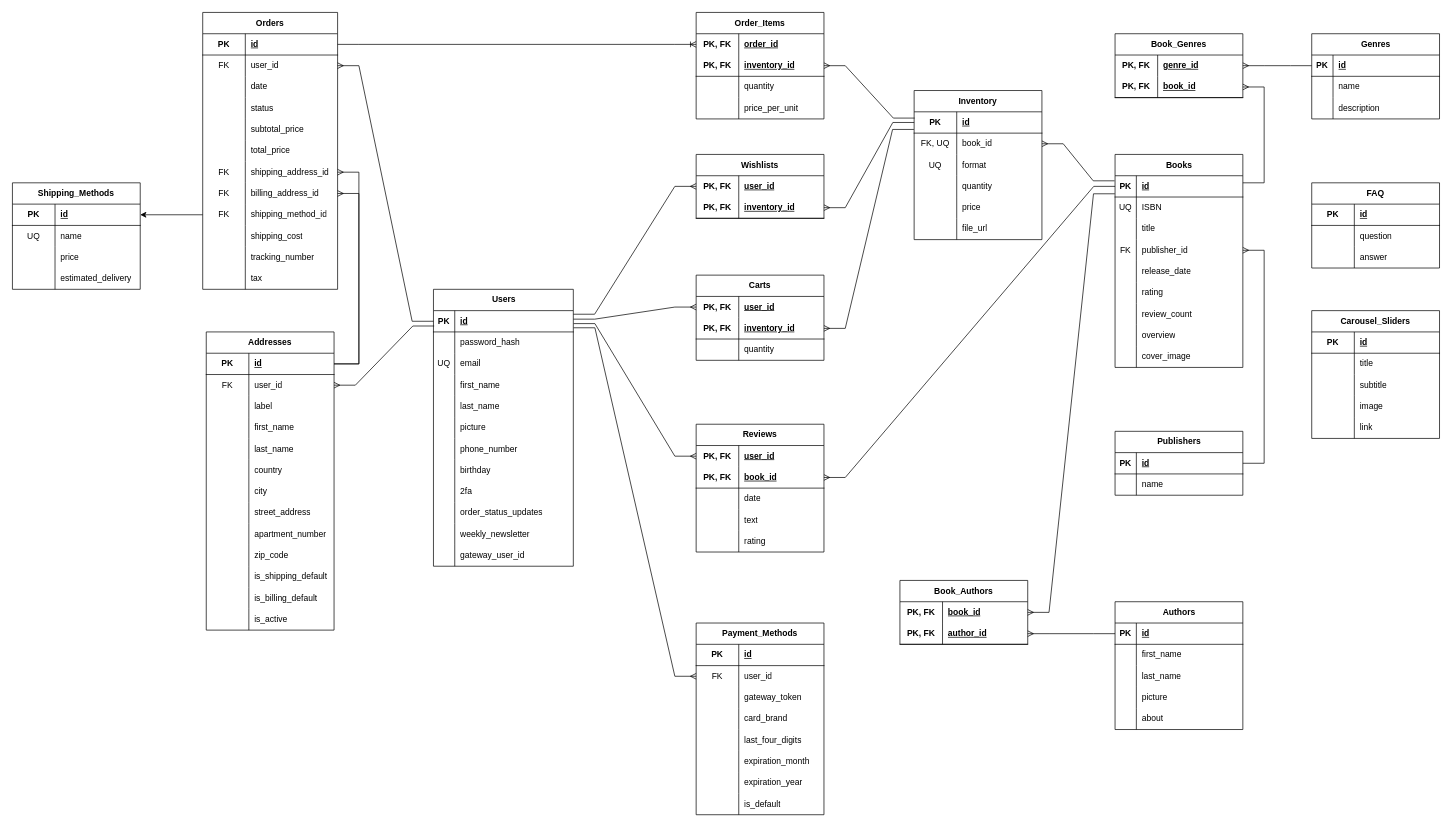
This is ERD.drawio from ShayTam/Bookstore, a draw.io file, before an edit. Source tidied: cells renumbered, new cells numbered last; positions are measured from the earlier drawing's top-left corner, leaving out a move shared by most shapes. Both pictures are drawn from the tidied source at 71%, with x=0, y=0 at pixel (12, 12).
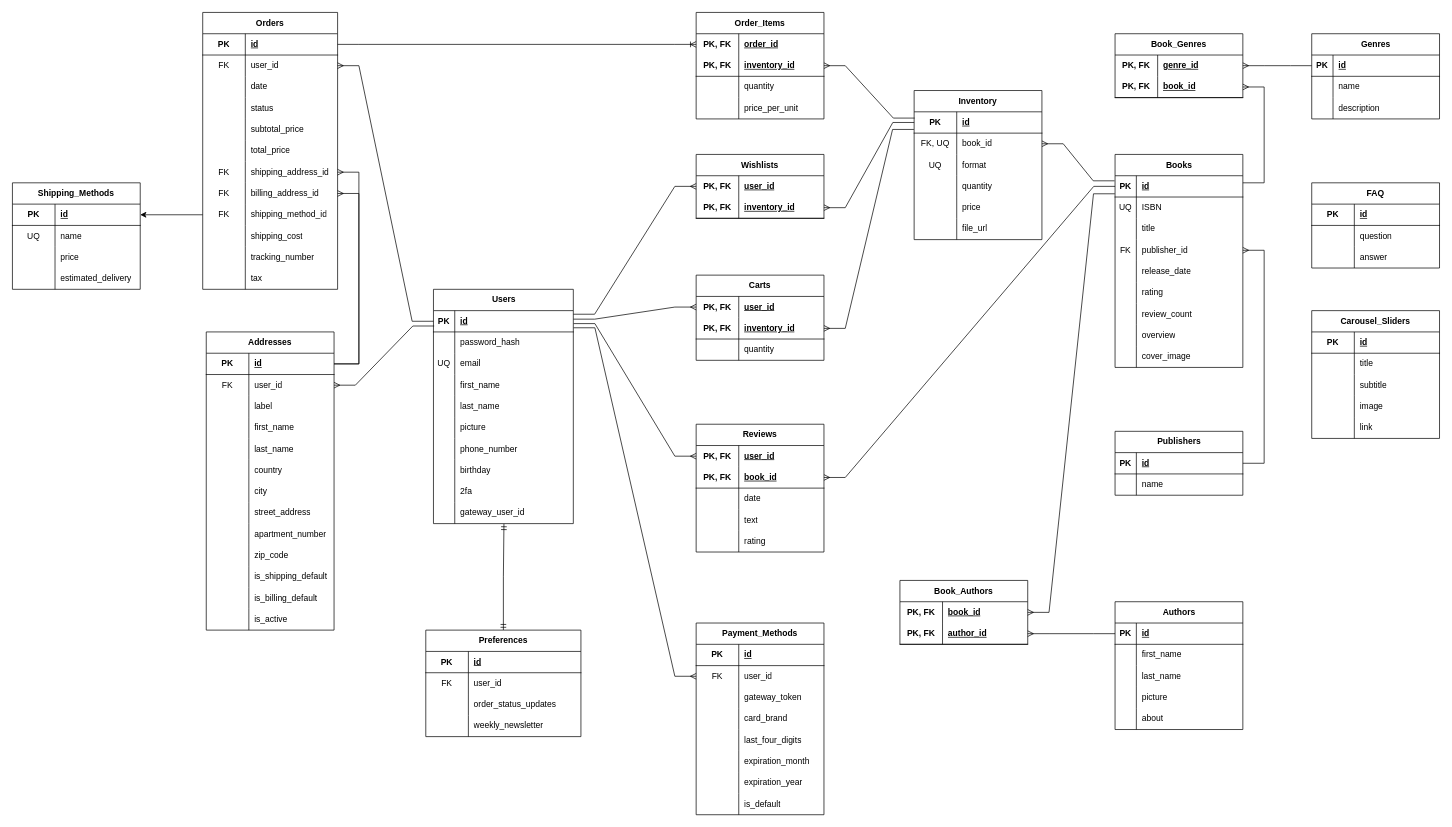
After the change.

Commit message:
separated preferences to a new table

Change to the diagram source:
```diff
@@
     <mxCell id="2" value="Users" style="shape=table;startSize=30;childLayout=tableLayout;rowLines=0;fontStyle=1;align=center;html=1;" parent="1" vertex="1">
-      <mxGeometry x="593" y="390" width="197" height="390" as="geometry" />
+      <mxGeometry x="593" y="390" width="197" height="330" as="geometry" />
     </mxCell>
@@
-    <mxCell id="30" style="shape=tableRow;horizontal=0;startSize=0;swimlaneHead=0;swimlaneBody=0;fillColor=none;top=0;left=0;right=0;bottom=0;" parent="2" vertex="1">
-      <mxGeometry y="300" width="197" height="30" as="geometry" />
-    </mxCell>
-    <mxCell id="31" style="shape=partialRectangle;fillColor=none;top=0;left=0;bottom=0;right=0;overflow=hidden;whiteSpace=wrap;html=1;" parent="30" vertex="1">
-      <mxGeometry width="30" height="30" as="geometry" />
-    </mxCell>
-    <mxCell id="32" value="order_status_updates" style="shape=partialRectangle;fillColor=none;top=0;left=0;bottom=0;right=0;align=left;spacingLeft=6;overflow=hidden;whiteSpace=wrap;html=1;" parent="30" vertex="1">
-      <mxGeometry x="30" width="167" height="30" as="geometry" />
-    </mxCell>
-    <mxCell id="33" style="shape=tableRow;horizontal=0;startSize=0;swimlaneHead=0;swimlaneBody=0;fillColor=none;top=0;left=0;right=0;bottom=0;" parent="2" vertex="1">
-      <mxGeometry y="330" width="197" height="30" as="geometry" />
-    </mxCell>
-    <mxCell id="34" style="shape=partialRectangle;fillColor=none;top=0;left=0;bottom=0;right=0;overflow=hidden;whiteSpace=wrap;html=1;" parent="33" vertex="1">
-      <mxGeometry width="30" height="30" as="geometry" />
-    </mxCell>
-    <mxCell id="35" value="weekly_newsletter" style="shape=partialRectangle;fillColor=none;top=0;left=0;bottom=0;right=0;align=left;spacingLeft=6;overflow=hidden;whiteSpace=wrap;html=1;" parent="33" vertex="1">
-      <mxGeometry x="30" width="167" height="30" as="geometry" />
-    </mxCell>
     <mxCell id="36" style="shape=tableRow;horizontal=0;startSize=0;swimlaneHead=0;swimlaneBody=0;fillColor=none;points=[[0,0.5],[1,0.5]];portConstraint=eastwest;top=0;left=0;right=0;bottom=0;" parent="2" vertex="1">
-      <mxGeometry y="360" width="197" height="30" as="geometry" />
+      <mxGeometry y="300" width="197" height="30" as="geometry" />
     </mxCell>
@@
+    <mxCell id="340" style="edgeStyle=orthogonalEdgeStyle;rounded=0;jettySize=auto;html=1;entryX=0.504;entryY=1.013;entryDx=0;entryDy=0;entryPerimeter=0;endArrow=ERmandOne;endFill=0;startArrow=ERmandOne;startFill=0;" parent="1" edge="1" source="341" target="36">
+      <mxGeometry relative="1" as="geometry" />
+    </mxCell>
+    <mxCell id="341" value="Preferences" style="shape=table;startSize=30;childLayout=tableLayout;rowLines=0;fontStyle=1;align=center;html=1;whiteSpace=wrap;" parent="1" vertex="1">
+      <mxGeometry x="582.2" y="870" width="218.5" height="150" as="geometry" />
+    </mxCell>
+    <mxCell id="342" style="shape=tableRow;horizontal=0;startSize=0;swimlaneHead=0;swimlaneBody=0;fillColor=none;top=0;left=0;right=0;bottom=1;html=1;" parent="341" vertex="1">
+      <mxGeometry y="30" width="218.5" height="30" as="geometry" />
+    </mxCell>
+    <mxCell id="343" value="&lt;span style=&quot;font-weight: 700;&quot;&gt;PK&lt;/span&gt;" style="shape=partialRectangle;fillColor=none;top=0;left=0;bottom=0;right=0;fontStyle=0;overflow=hidden;html=1;whiteSpace=wrap;" parent="342" vertex="1">
+      <mxGeometry width="60" height="30" as="geometry" />
+    </mxCell>
+    <mxCell id="344" value="&lt;span style=&quot;font-weight: 700; text-decoration: underline;&quot;&gt;id&lt;/span&gt;" style="shape=partialRectangle;fillColor=none;top=0;left=0;bottom=0;right=0;align=left;spacingLeft=6;fontStyle=0;overflow=hidden;html=1;whiteSpace=wrap;" parent="342" vertex="1">
+      <mxGeometry x="60" width="158.5" height="30" as="geometry" />
+    </mxCell>
+    <mxCell id="345" style="shape=tableRow;horizontal=0;startSize=0;swimlaneHead=0;swimlaneBody=0;fillColor=none;top=0;left=0;right=0;bottom=0;html=1;" parent="341" vertex="1">
+      <mxGeometry y="60" width="218.5" height="30" as="geometry" />
+    </mxCell>
+    <mxCell id="346" value="FK" style="shape=partialRectangle;fillColor=none;top=0;left=0;bottom=0;right=0;overflow=hidden;html=1;whiteSpace=wrap;" parent="345" vertex="1">
+      <mxGeometry width="60" height="30" as="geometry" />
+    </mxCell>
+    <mxCell id="347" value="user_id" style="shape=partialRectangle;fillColor=none;top=0;left=0;bottom=0;right=0;align=left;spacingLeft=6;overflow=hidden;html=1;whiteSpace=wrap;" parent="345" vertex="1">
+      <mxGeometry x="60" width="158.5" height="30" as="geometry" />
+    </mxCell>
+    <mxCell id="348" style="shape=tableRow;horizontal=0;startSize=0;swimlaneHead=0;swimlaneBody=0;fillColor=none;top=0;left=0;right=0;bottom=0;html=1;" parent="341" vertex="1">
+      <mxGeometry y="90" width="218.5" height="30" as="geometry" />
+    </mxCell>
+    <mxCell id="349" style="shape=partialRectangle;fillColor=none;top=0;left=0;bottom=0;right=0;overflow=hidden;html=1;whiteSpace=wrap;" parent="348" vertex="1">
+      <mxGeometry width="60" height="30" as="geometry" />
+    </mxCell>
+    <mxCell id="32" value="order_status_updates" style="shape=partialRectangle;fillColor=none;top=0;left=0;bottom=0;right=0;align=left;spacingLeft=6;overflow=hidden;html=1;whiteSpace=wrap;" parent="348" vertex="1">
+      <mxGeometry x="60" width="158.5" height="30" as="geometry" />
+    </mxCell>
+    <mxCell id="350" style="shape=tableRow;horizontal=0;startSize=0;swimlaneHead=0;swimlaneBody=0;fillColor=none;top=0;left=0;right=0;bottom=0;html=1;" parent="341" vertex="1">
+      <mxGeometry y="120" width="218.5" height="30" as="geometry" />
+    </mxCell>
+    <mxCell id="351" style="shape=partialRectangle;fillColor=none;top=0;left=0;bottom=0;right=0;overflow=hidden;html=1;whiteSpace=wrap;" parent="350" vertex="1">
+      <mxGeometry width="60" height="30" as="geometry" />
+    </mxCell>
+    <mxCell id="35" value="weekly_newsletter" style="shape=partialRectangle;fillColor=none;top=0;left=0;bottom=0;right=0;align=left;spacingLeft=6;overflow=hidden;html=1;whiteSpace=wrap;" parent="350" vertex="1">
+      <mxGeometry x="60" width="158.5" height="30" as="geometry" />
+    </mxCell>
```
